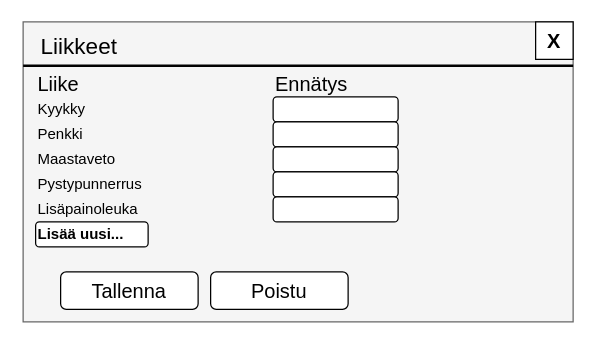
Before: kuvat/liikelista.drawio in lssrty/Gymlog, a draw.io diagram. Source tidied: cells renumbered, new cells numbered last; positions are measured from the earlier drawing's top-left corner, leaving out a move shared by most shapes. Both pictures are drawn from the tidied source at 125%, with x=0, y=0 at pixel (22, 21).
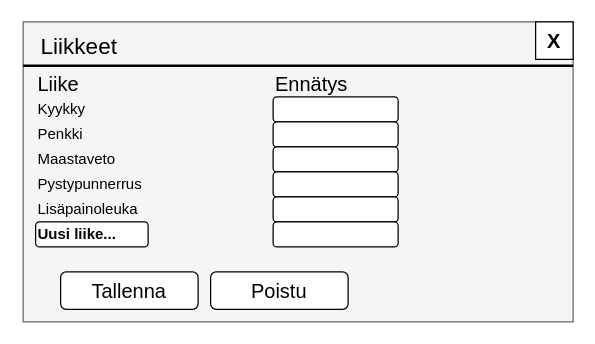
The same page after the edit.

What changed in the source:
```diff
@@
-    <mxCell id="20" value="&lt;b&gt;Lisää uusi...&lt;/b&gt;" style="rounded=1;whiteSpace=wrap;html=1;align=left;" parent="1" vertex="1">
+    <mxCell id="20" value="&lt;b&gt;Uusi liike...&lt;/b&gt;" style="rounded=1;whiteSpace=wrap;html=1;align=left;" parent="1" vertex="1">
       <mxGeometry x="10" y="160" width="90" height="20" as="geometry" />
     </mxCell>
+    <mxCell id="21" style="rounded=1;whiteSpace=wrap;html=1;align=left;" parent="1" vertex="1">
+      <mxGeometry x="200" y="160" width="100" height="20" as="geometry" />
+    </mxCell>
```
